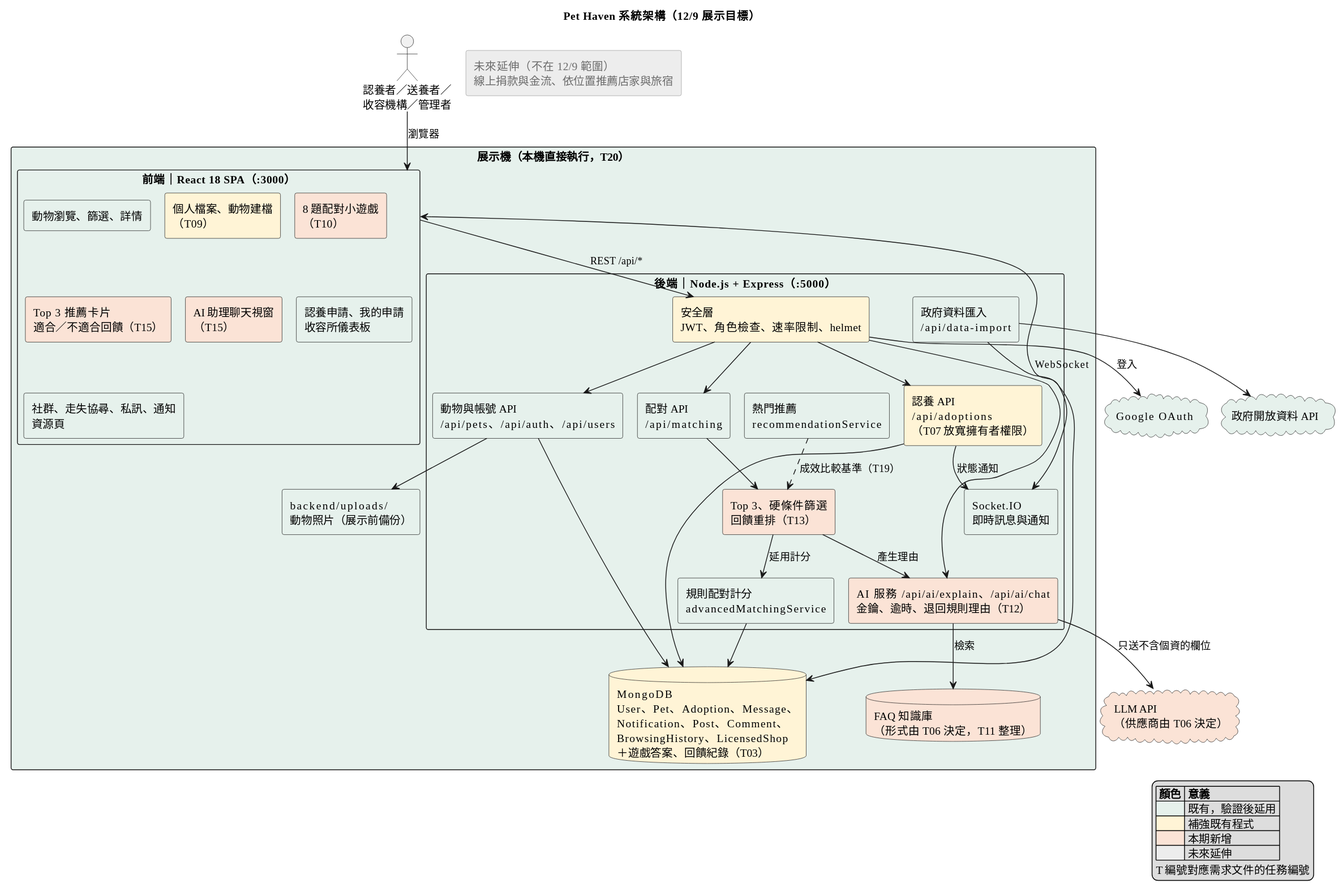
The PlantUML diagram docs/architecture/diagrams/system-architecture.svg in Shandi00/pet-haven, before a commit.
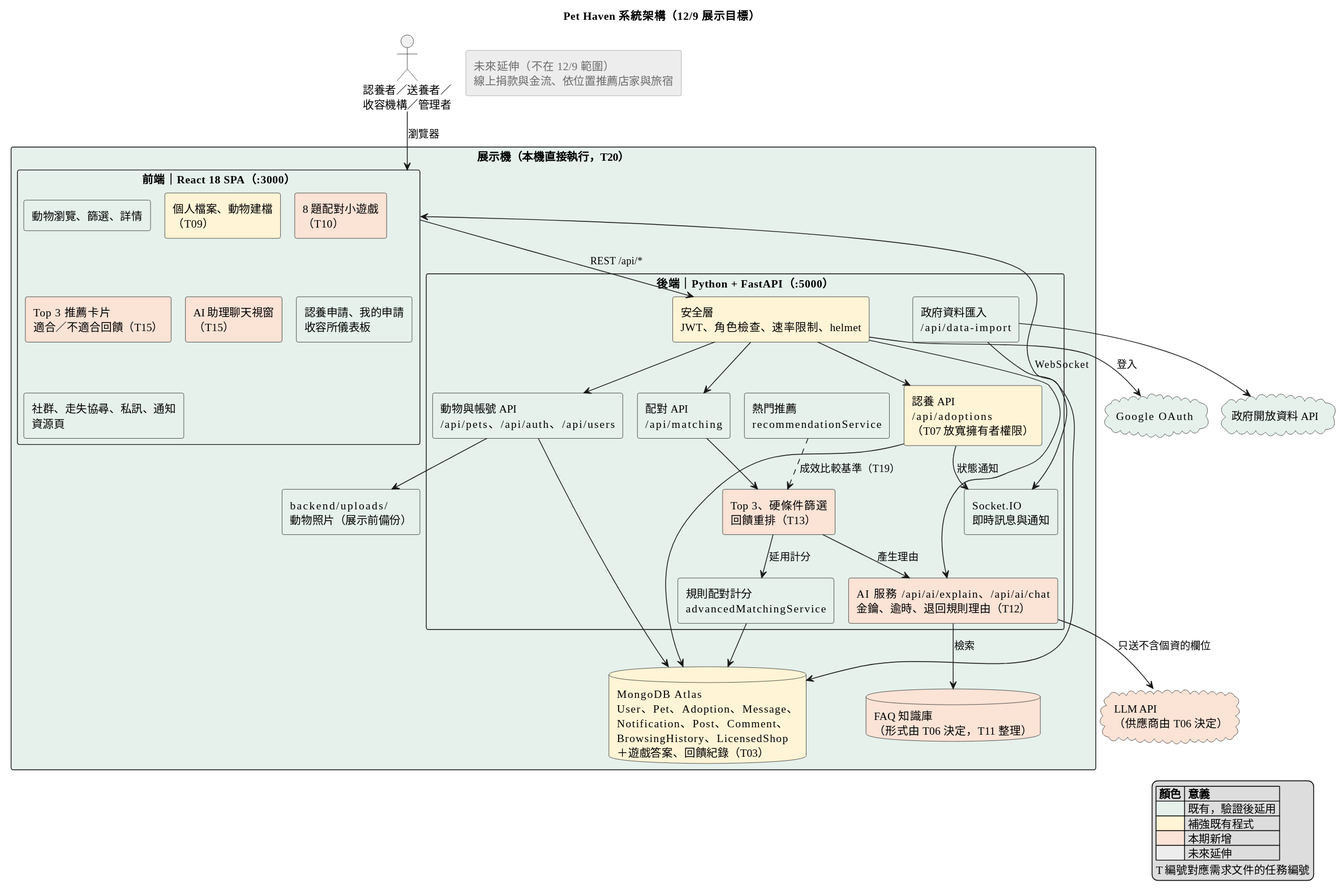
The same file after the commit.

What changed in the source:
```diff
@@ -38,7 +38,7 @@
     rectangle "社群、走失協尋、私訊、通知\n資源頁" as FE_SOCIAL <<existing>>
   }
 
-  rectangle "後端｜Node.js + Express（:5000）" as BE <<existing>> {
+  rectangle "後端｜Python + FastAPI（:5000）" as BE <<existing>> {
     rectangle "安全層\nJWT、角色檢查、速率限制、helmet" as BE_SEC <<enhance>>
     rectangle "認養 API\n/api/adoptions\n（T07 放寬擁有者權限）" as BE_ADOPT <<enhance>>
     rectangle "動物與帳號 API\n/api/pets、/api/auth、/api/users" as BE_PET <<existing>>
@@ -51,7 +51,7 @@
     rectangle "Socket.IO\n即時訊息與通知" as BE_IO <<existing>>
   }
 
-  database "MongoDB\nUser、Pet、Adoption、Message、\nNotification、Post、Comment、\nBrowsingHistory、LicensedShop\n＋遊戲答案、回饋紀錄（T03）" as DB <<enhance>>
+  database "MongoDB Atlas\nUser、Pet、Adoption、Message、\nNotification、Post、Comment、\nBrowsingHistory、LicensedShop\n＋遊戲答案、回饋紀錄（T03）" as DB <<enhance>>
   database "FAQ 知識庫\n（形式由 T06 決定，T11 整理）" as KB <<new>>
   rectangle "backend/uploads/\n動物照片（展示前備份）" as VOL <<existing>>
 }
```
